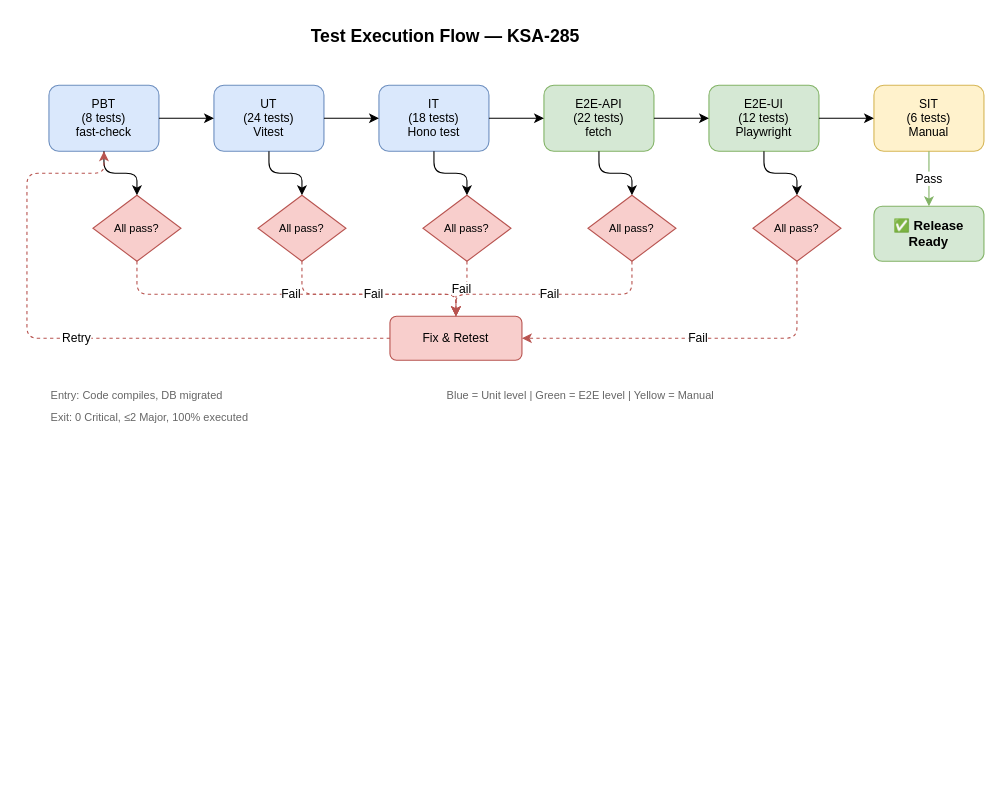
The draw.io diagram documents/KSA-285/diagrams/test-execution-flow.drawio in dnguyenminh/Kiro-SDLC-Agents, before the edit. Source tidied: cells renumbered, new cells numbered last; positions are measured from the earlier drawing's top-left corner, leaving out a move shared by most shapes. Both pictures are drawn from the tidied source at 110%, with x=0, y=0 at pixel (26, 19).
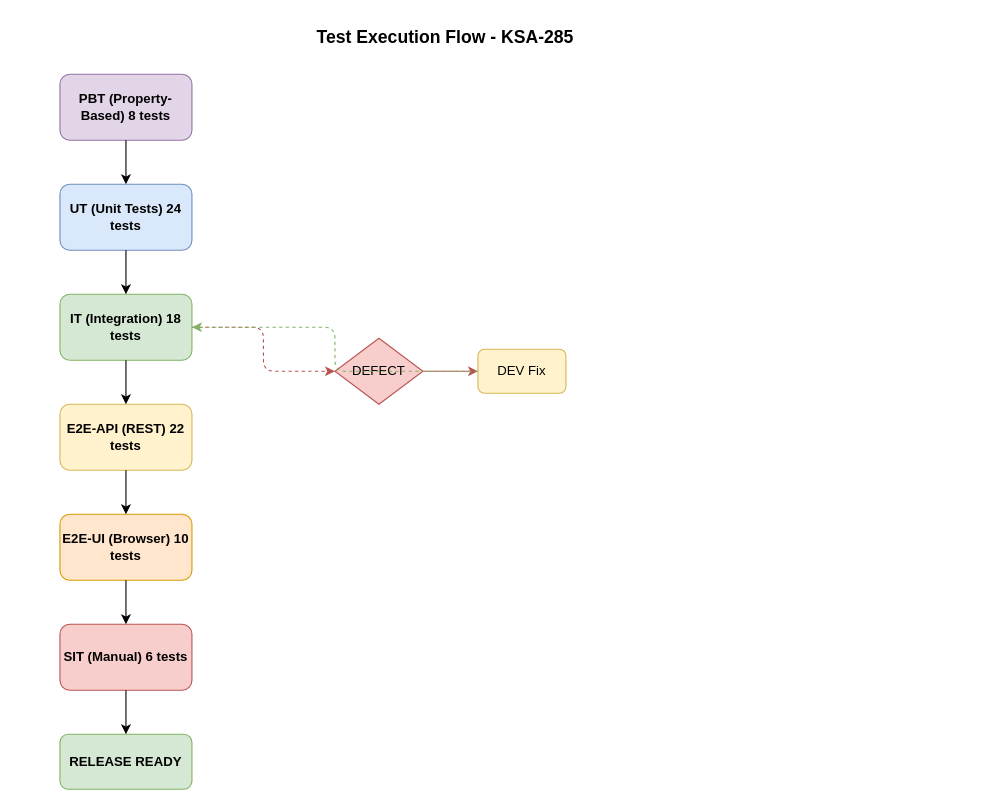
The same diagram, later.

The edit, as a diff of the source:
```diff
@@
-    <mxCell id="2" value="Test Execution Flow — KSA-285" style="text;html=1;align=center;verticalAlign=middle;fontSize=16;fontStyle=1;" parent="1" vertex="1">
+    <mxCell id="2" value="Test Execution Flow - KSA-285" style="text;html=1;fontSize=16;fontStyle=1;align=center;" parent="1" vertex="1">
       <mxGeometry x="180" width="400" height="30" as="geometry" />
     </mxCell>
-    <mxCell id="3" value="PBT&#10;(8 tests)&#10;fast-check" style="rounded=1;whiteSpace=wrap;html=1;fillColor=#dae8fc;strokeColor=#6c8ebf;fontSize=11;" parent="1" vertex="1">
-      <mxGeometry x="20" y="60" width="100" height="60" as="geometry" />
+    <mxCell id="3" value="PBT (Property-Based) 8 tests" style="rounded=1;whiteSpace=wrap;html=1;fillColor=#e1d5e7;strokeColor=#9673a6;fontStyle=1;" parent="1" vertex="1">
+      <mxGeometry x="30" y="50" width="120" height="60" as="geometry" />
     </mxCell>
-    <mxCell id="4" value="UT&#10;(24 tests)&#10;Vitest" style="rounded=1;whiteSpace=wrap;html=1;fillColor=#dae8fc;strokeColor=#6c8ebf;fontSize=11;" parent="1" vertex="1">
-      <mxGeometry x="170" y="60" width="100" height="60" as="geometry" />
+    <mxCell id="4" value="UT (Unit Tests) 24 tests" style="rounded=1;whiteSpace=wrap;html=1;fillColor=#dae8fc;strokeColor=#6c8ebf;fontStyle=1;" parent="1" vertex="1">
+      <mxGeometry x="30" y="150" width="120" height="60" as="geometry" />
     </mxCell>
-    <mxCell id="5" value="IT&#10;(18 tests)&#10;Hono test" style="rounded=1;whiteSpace=wrap;html=1;fillColor=#dae8fc;strokeColor=#6c8ebf;fontSize=11;" parent="1" vertex="1">
-      <mxGeometry x="320" y="60" width="100" height="60" as="geometry" />
+    <mxCell id="5" value="IT (Integration) 18 tests" style="rounded=1;whiteSpace=wrap;html=1;fillColor=#d5e8d4;strokeColor=#82b366;fontStyle=1;" parent="1" vertex="1">
+      <mxGeometry x="30" y="250" width="120" height="60" as="geometry" />
     </mxCell>
-    <mxCell id="6" value="E2E-API&#10;(22 tests)&#10;fetch" style="rounded=1;whiteSpace=wrap;html=1;fillColor=#d5e8d4;strokeColor=#82b366;fontSize=11;" parent="1" vertex="1">
-      <mxGeometry x="470" y="60" width="100" height="60" as="geometry" />
+    <mxCell id="6" value="E2E-API (REST) 22 tests" style="rounded=1;whiteSpace=wrap;html=1;fillColor=#fff2cc;strokeColor=#d6b656;fontStyle=1;" parent="1" vertex="1">
+      <mxGeometry x="30" y="350" width="120" height="60" as="geometry" />
     </mxCell>
-    <mxCell id="7" value="E2E-UI&#10;(12 tests)&#10;Playwright" style="rounded=1;whiteSpace=wrap;html=1;fillColor=#d5e8d4;strokeColor=#82b366;fontSize=11;" parent="1" vertex="1">
-      <mxGeometry x="620" y="60" width="100" height="60" as="geometry" />
+    <mxCell id="7" value="E2E-UI (Browser) 10 tests" style="rounded=1;whiteSpace=wrap;html=1;fillColor=#ffe6cc;strokeColor=#d79b00;fontStyle=1;" parent="1" vertex="1">
+      <mxGeometry x="30" y="450" width="120" height="60" as="geometry" />
     </mxCell>
-    <mxCell id="8" value="SIT&#10;(6 tests)&#10;Manual" style="rounded=1;whiteSpace=wrap;html=1;fillColor=#fff2cc;strokeColor=#d6b656;fontSize=11;" parent="1" vertex="1">
-      <mxGeometry x="770" y="60" width="100" height="60" as="geometry" />
+    <mxCell id="8" value="SIT (Manual) 6 tests" style="rounded=1;whiteSpace=wrap;html=1;fillColor=#f8cecc;strokeColor=#b85450;fontStyle=1;" parent="1" vertex="1">
+      <mxGeometry x="30" y="550" width="120" height="60" as="geometry" />
     </mxCell>
+    <mxCell id="30" value="RELEASE READY" style="rounded=1;whiteSpace=wrap;html=1;fillColor=#d5e8d4;strokeColor=#82b366;fontStyle=1;fontSize=12;" parent="1" vertex="1">
+      <mxGeometry x="30" y="650" width="120" height="50" as="geometry" />
+    </mxCell>
+    <mxCell id="36" value="DEFECT" style="rhombus;whiteSpace=wrap;html=1;fillColor=#f8cecc;strokeColor=#b85450;" parent="1" vertex="1">
+      <mxGeometry x="280" y="290" width="80" height="60" as="geometry" />
+    </mxCell>
+    <mxCell id="24" value="DEV Fix" style="rounded=1;whiteSpace=wrap;html=1;fillColor=#fff2cc;strokeColor=#d6b656;" parent="1" vertex="1">
+      <mxGeometry x="410" y="300" width="80" height="40" as="geometry" />
+    </mxCell>
@@
-    <mxCell id="14" value="All pass?" style="rhombus;whiteSpace=wrap;html=1;fillColor=#f8cecc;strokeColor=#b85450;fontSize=10;" parent="1" vertex="1">
-      <mxGeometry x="60" y="160" width="80" height="60" as="geometry" />
-    </mxCell>
-    <mxCell id="15" value="All pass?" style="rhombus;whiteSpace=wrap;html=1;fillColor=#f8cecc;strokeColor=#b85450;fontSize=10;" parent="1" vertex="1">
-      <mxGeometry x="210" y="160" width="80" height="60" as="geometry" />
-    </mxCell>
-    <mxCell id="16" value="All pass?" style="rhombus;whiteSpace=wrap;html=1;fillColor=#f8cecc;strokeColor=#b85450;fontSize=10;" parent="1" vertex="1">
-      <mxGeometry x="360" y="160" width="80" height="60" as="geometry" />
-    </mxCell>
-    <mxCell id="17" value="All pass?" style="rhombus;whiteSpace=wrap;html=1;fillColor=#f8cecc;strokeColor=#b85450;fontSize=10;" parent="1" vertex="1">
-      <mxGeometry x="510" y="160" width="80" height="60" as="geometry" />
-    </mxCell>
-    <mxCell id="18" value="All pass?" style="rhombus;whiteSpace=wrap;html=1;fillColor=#f8cecc;strokeColor=#b85450;fontSize=10;" parent="1" vertex="1">
-      <mxGeometry x="660" y="160" width="80" height="60" as="geometry" />
-    </mxCell>
-    <mxCell id="19" style="edgeStyle=orthogonalEdgeStyle;rounded=1;html=1;" parent="1" edge="1" source="3" target="14">
-      <mxGeometry relative="1" as="geometry" />
-    </mxCell>
-    <mxCell id="20" style="edgeStyle=orthogonalEdgeStyle;rounded=1;html=1;" parent="1" edge="1" source="4" target="15">
-      <mxGeometry relative="1" as="geometry" />
-    </mxCell>
-    <mxCell id="21" style="edgeStyle=orthogonalEdgeStyle;rounded=1;html=1;" parent="1" edge="1" source="5" target="16">
-      <mxGeometry relative="1" as="geometry" />
-    </mxCell>
-    <mxCell id="22" style="edgeStyle=orthogonalEdgeStyle;rounded=1;html=1;" parent="1" edge="1" source="6" target="17">
-      <mxGeometry relative="1" as="geometry" />
-    </mxCell>
-    <mxCell id="23" style="edgeStyle=orthogonalEdgeStyle;rounded=1;html=1;" parent="1" edge="1" source="7" target="18">
-      <mxGeometry relative="1" as="geometry" />
-    </mxCell>
-    <mxCell id="24" value="Fix &amp; Retest" style="rounded=1;whiteSpace=wrap;html=1;fillColor=#f8cecc;strokeColor=#b85450;fontSize=11;" parent="1" vertex="1">
-      <mxGeometry x="330" y="270" width="120" height="40" as="geometry" />
-    </mxCell>
-    <mxCell id="25" value="Fail" style="edgeStyle=orthogonalEdgeStyle;rounded=1;html=1;strokeColor=#b85450;dashed=1;" parent="1" edge="1" source="14" target="24">
-      <mxGeometry relative="1" as="geometry">
-        <Array as="points">
-          <mxPoint x="100" y="250" />
-          <mxPoint x="390" y="250" />
-        </Array>
-      </mxGeometry>
-    </mxCell>
-    <mxCell id="26" value="Fail" style="edgeStyle=orthogonalEdgeStyle;rounded=1;html=1;strokeColor=#b85450;dashed=1;" parent="1" edge="1" source="15" target="24">
-      <mxGeometry relative="1" as="geometry">
-        <Array as="points">
-          <mxPoint x="250" y="250" />
-          <mxPoint x="390" y="250" />
-        </Array>
-      </mxGeometry>
-    </mxCell>
-    <mxCell id="27" value="Fail" style="edgeStyle=orthogonalEdgeStyle;rounded=1;html=1;strokeColor=#b85450;dashed=1;" parent="1" edge="1" source="16" target="24">
-      <mxGeometry relative="1" as="geometry" />
-    </mxCell>
-    <mxCell id="28" value="Fail" style="edgeStyle=orthogonalEdgeStyle;rounded=1;html=1;strokeColor=#b85450;dashed=1;" parent="1" edge="1" source="17" target="24">
-      <mxGeometry relative="1" as="geometry">
-        <Array as="points">
-          <mxPoint x="550" y="250" />
-          <mxPoint x="390" y="250" />
-        </Array>
-      </mxGeometry>
-    </mxCell>
-    <mxCell id="29" value="Fail" style="edgeStyle=orthogonalEdgeStyle;rounded=1;html=1;strokeColor=#b85450;dashed=1;" parent="1" edge="1" source="18" target="24">
-      <mxGeometry relative="1" as="geometry">
-        <Array as="points">
-          <mxPoint x="700" y="290" />
-        </Array>
-      </mxGeometry>
-    </mxCell>
-    <mxCell id="30" value="✅ Release&#10;Ready" style="rounded=1;whiteSpace=wrap;html=1;fillColor=#d5e8d4;strokeColor=#82b366;fontSize=12;fontStyle=1;" parent="1" vertex="1">
-      <mxGeometry x="770" y="170" width="100" height="50" as="geometry" />
-    </mxCell>
-    <mxCell id="31" value="Pass" style="edgeStyle=orthogonalEdgeStyle;rounded=1;html=1;strokeColor=#82b366;" parent="1" edge="1" source="8" target="30">
+    <mxCell id="31" style="edgeStyle=orthogonalEdgeStyle;rounded=1;html=1;" parent="1" edge="1" source="8" target="30">
       <mxGeometry relative="1" as="geometry" />
     </mxCell>
-    <mxCell id="32" value="Retry" style="edgeStyle=orthogonalEdgeStyle;rounded=1;html=1;strokeColor=#b85450;dashed=1;exitX=0;exitY=0.5;entryX=0.5;entryY=1;" parent="1" edge="1" source="24" target="3">
-      <mxGeometry relative="1" as="geometry">
-        <Array as="points">
-          <mxPoint y="290" />
-          <mxPoint y="140" />
-          <mxPoint x="70" y="140" />
-        </Array>
-      </mxGeometry>
-    </mxCell>
-    <mxCell id="33" value="Entry: Code compiles, DB migrated" style="text;html=1;align=left;fontSize=10;fontColor=#666666;" parent="1" vertex="1">
-      <mxGeometry x="20" y="330" width="250" height="20" as="geometry" />
-    </mxCell>
-    <mxCell id="34" value="Exit: 0 Critical, ≤2 Major, 100% executed" style="text;html=1;align=left;fontSize=10;fontColor=#666666;" parent="1" vertex="1">
-      <mxGeometry x="20" y="350" width="250" height="20" as="geometry" />
-    </mxCell>
-    <mxCell id="35" value="Blue = Unit level | Green = E2E level | Yellow = Manual" style="text;html=1;align=left;fontSize=10;fontColor=#666666;" parent="1" vertex="1">
-      <mxGeometry x="380" y="330" width="350" height="20" as="geometry" />
-    </mxCell>
+    <mxCell id="37" style="edgeStyle=orthogonalEdgeStyle;rounded=1;html=1;dashed=1;strokeColor=#b85450;" parent="1" edge="1" source="5" target="36">
+      <mxGeometry relative="1" as="geometry" />
+    </mxCell>
+    <mxCell id="38" style="edgeStyle=orthogonalEdgeStyle;rounded=1;html=1;strokeColor=#b85450;" parent="1" edge="1" source="36" target="24">
+      <mxGeometry relative="1" as="geometry" />
+    </mxCell>
+    <mxCell id="39" style="edgeStyle=orthogonalEdgeStyle;rounded=1;html=1;strokeColor=#82b366;dashed=1;" parent="1" edge="1" source="24" target="5">
+      <mxGeometry relative="1" as="geometry" />
+    </mxCell>
```
